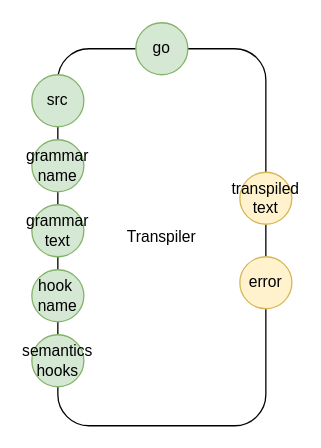
Before: page "Page-2" (2 of 2) of fmt/fmt.drawio in guitarvydas/pm, a draw.io diagram. Source tidied: cells renumbered, new cells numbered last; positions are measured from the earlier drawing's top-left corner, leaving out a move shared by most shapes. Both pictures are drawn from the tidied source at 130%, with x=0, y=0 at pixel (31, 22).
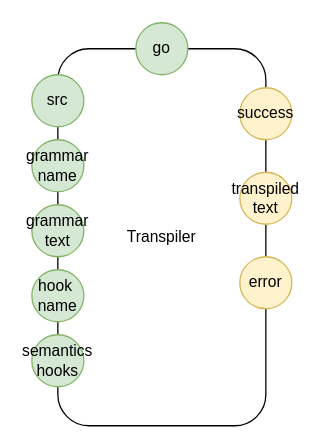
Above is the later version.

The edit, as a diff of the source:
```diff
@@
 <mxGraphModel>
   <root>
     <mxCell id="0" />
     <mxCell id="1" parent="0" />
     <mxCell id="2" value="Transpiler" style="rounded=1;whiteSpace=wrap;html=1;" parent="1" vertex="1">
       <mxGeometry x="20" y="20" width="160" height="290" as="geometry" />
     </mxCell>
     <mxCell id="3" value="src" style="ellipse;whiteSpace=wrap;html=1;fillColor=#d5e8d4;strokeColor=#82b366;" parent="1" vertex="1">
       <mxGeometry y="40" width="40" height="40" as="geometry" />
     </mxCell>
     <mxCell id="4" value="transpiled&lt;br&gt;text" style="ellipse;whiteSpace=wrap;html=1;fillColor=#fff2cc;strokeColor=#d6b656;" parent="1" vertex="1">
       <mxGeometry x="160" y="115" width="40" height="40" as="geometry" />
     </mxCell>
     <mxCell id="5" value="grammar&lt;br&gt;text" style="ellipse;whiteSpace=wrap;html=1;fillColor=#d5e8d4;strokeColor=#82b366;" parent="1" vertex="1">
       <mxGeometry y="140" width="40" height="40" as="geometry" />
     </mxCell>
     <mxCell id="6" value="go" style="ellipse;whiteSpace=wrap;html=1;fillColor=#d5e8d4;strokeColor=#82b366;" parent="1" vertex="1">
       <mxGeometry x="80" width="40" height="40" as="geometry" />
     </mxCell>
     <mxCell id="7" value="grammar name" style="ellipse;whiteSpace=wrap;html=1;fillColor=#d5e8d4;strokeColor=#82b366;" parent="1" vertex="1">
       <mxGeometry y="90" width="40" height="40" as="geometry" />
     </mxCell>
     <mxCell id="8" value="hook&amp;nbsp;&lt;br&gt;name" style="ellipse;whiteSpace=wrap;html=1;fillColor=#d5e8d4;strokeColor=#82b366;" parent="1" vertex="1">
       <mxGeometry y="190" width="40" height="40" as="geometry" />
     </mxCell>
     <mxCell id="9" value="semantics&lt;br&gt;hooks" style="ellipse;whiteSpace=wrap;html=1;fillColor=#d5e8d4;strokeColor=#82b366;" parent="1" vertex="1">
       <mxGeometry y="240" width="40" height="40" as="geometry" />
     </mxCell>
     <mxCell id="10" value="error" style="ellipse;whiteSpace=wrap;html=1;fillColor=#fff2cc;strokeColor=#d6b656;" parent="1" vertex="1">
       <mxGeometry x="160" y="180" width="40" height="40" as="geometry" />
     </mxCell>
+    <mxCell id="11" value="success" style="ellipse;whiteSpace=wrap;html=1;fillColor=#fff2cc;strokeColor=#d6b656;" parent="1" vertex="1">
+      <mxGeometry x="160" y="50" width="40" height="40" as="geometry" />
+    </mxCell>
   </root>
 </mxGraphModel>
```
